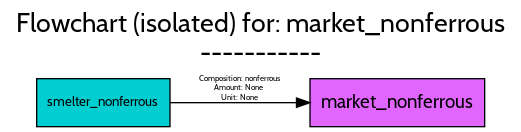
This is src/examples/ELV/figures/flowcharts/processes/png/market_nonferrous.png from FutuRaM-Project/Recovery-Model, a Graphviz export, as it was before one commit. Its source is kept beside it as src/examples/ELV/figures/flowcharts/processes/dot/market_nonferrous.dot. The source it was exported from:
```dot
digraph {
	graph [bb="0,0,383,91",
		font=Cabin,
		fontname=Cabin,
		fontsize=20,
		label="Flowchart (isolated) for: market_nonferrous
-----------",
		labeljust=c,
		labelloc=tc,
		lheight=0.61,
		lp="191.5,65",
		lwidth=5.10,
		nodesep=0.6,
		rankdir=LR,
		ranksep=0.6
	];
	node [label="\N"];
	market_nonferrous	[fillcolor=mediumorchid1,
		fontname=Cabin,
		fontsize=14,
		height=0.5,
		pos="294,18",
		shape=box,
		style=filled,
		width=1.8194];
	smelter_nonferrous	[fillcolor=darkturquoise,
		fontname=Cabin,
		fontsize=10,
		height=0.5,
		pos="73.5,18",
		shape=box,
		style=filled,
		width=1.3889];
	smelter_nonferrous -> market_nonferrous	[color=black,
		fontname=Cabin,
		fontsize=6,
		label="Composition: nonferrous
Amount: None
Unit: None",
		lp="176,28.5",
		pos="e,228.37,18 123.54,18 151.47,18 187.03,18 218.36,18"];
}
```
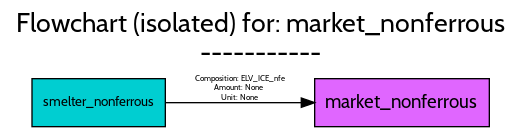
After the commit.

The edit, as a diff of the source:
```diff
@@ -19,7 +19,7 @@
 		fontname=Cabin,
 		fontsize=14,
 		height=0.5,
-		pos="294,18",
+		pos="297.5,18",
 		shape=box,
 		style=filled,
 		width=1.8194];
@@ -27,16 +27,16 @@
 		fontname=Cabin,
 		fontsize=10,
 		height=0.5,
-		pos="73.5,18",
+		pos="70,18",
 		shape=box,
 		style=filled,
 		width=1.3889];
 	smelter_nonferrous -> market_nonferrous	[color=black,
 		fontname=Cabin,
 		fontsize=6,
-		label="Composition: nonferrous
+		label="Composition: ELV_ICE_nfe
 Amount: None
 Unit: None",
 		lp="176,28.5",
-		pos="e,228.37,18 123.54,18 151.47,18 187.03,18 218.36,18"];
+		pos="e,231.97,18 120.21,18 149.92,18 188.38,18 221.78,18"];
 }
```
